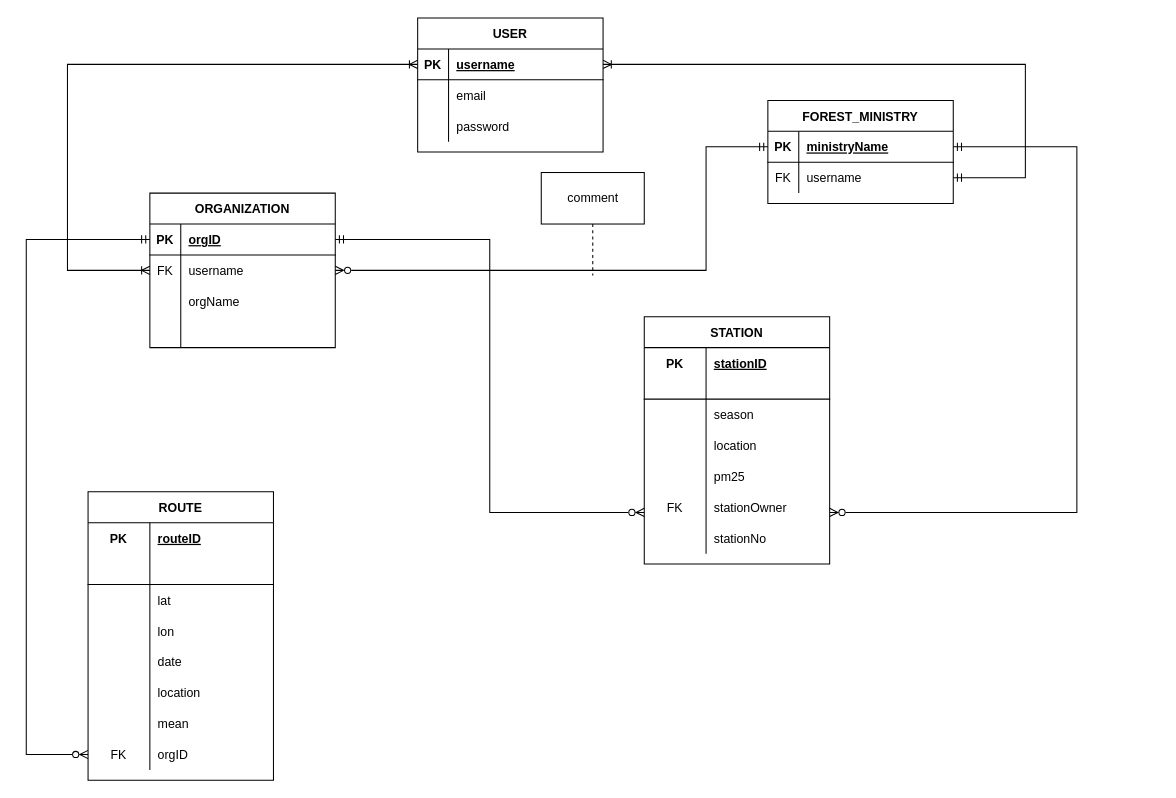
Above: z-design/EERD.drawio in zorojuro75/CSE303-sec-03-Group-03 (draw.io), before the change. Source tidied: cells renumbered, new cells numbered last; positions are measured from the earlier drawing's top-left corner, leaving out a move shared by most shapes. Both pictures are drawn from the tidied source at 103%, with x=0, y=0 at pixel (26, 18).
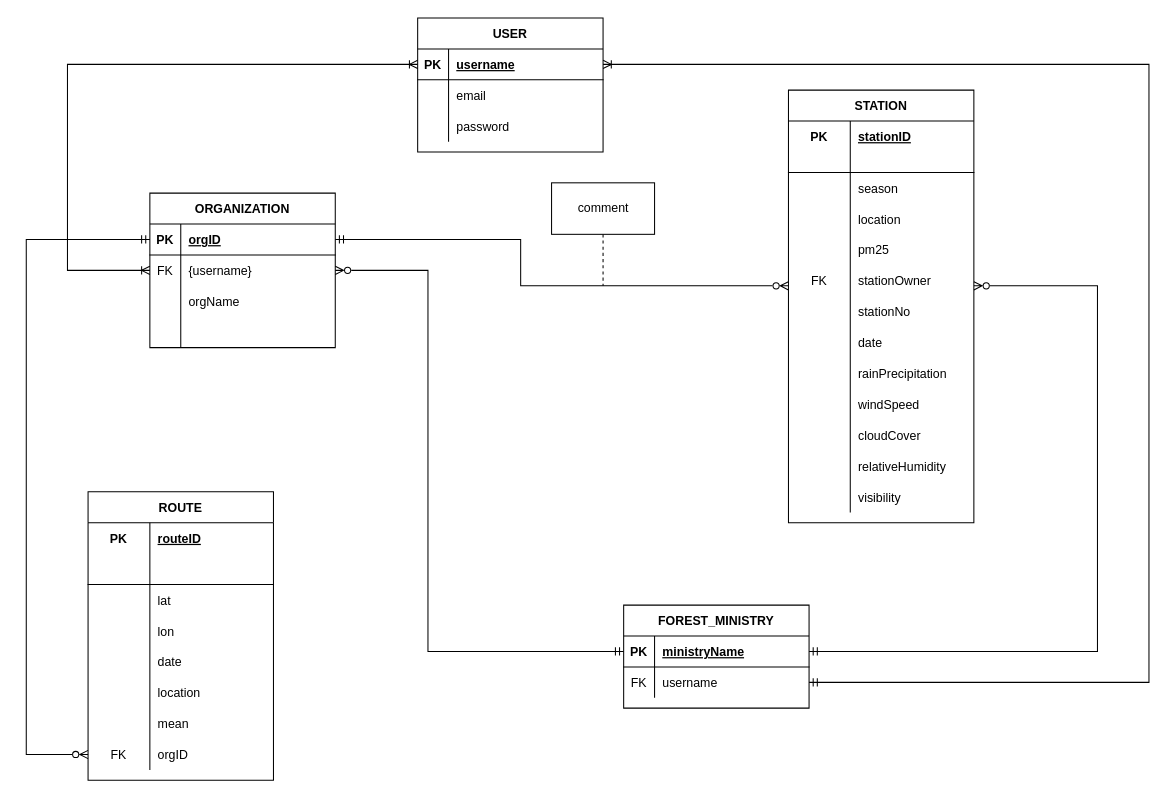
After the change.

Unchanged cells that the change refers to:
```xml
<mxCell id="3" style="shape=tableRow;horizontal=0;startSize=0;swimlaneHead=0;swimlaneBody=0;fillColor=none;points=[[0,0.5],[1,0.5]];portConstraint=eastwest;top=0;left=0;right=0;bottom=1;" parent="2" vertex="1">
  <mxGeometry y="30" width="180" height="30" as="geometry" />
</mxCell>
<mxCell id="13" style="shape=tableRow;horizontal=0;startSize=0;swimlaneHead=0;swimlaneBody=0;fillColor=none;points=[[0,0.5],[1,0.5]];portConstraint=eastwest;top=0;left=0;right=0;bottom=1;" parent="12" vertex="1">
  <mxGeometry y="30" width="180" height="30" as="geometry" />
</mxCell>
<mxCell id="16" style="shape=tableRow;horizontal=0;startSize=0;swimlaneHead=0;swimlaneBody=0;fillColor=none;points=[[0,0.5],[1,0.5]];portConstraint=eastwest;top=0;left=0;right=0;bottom=0;" parent="12" vertex="1">
  <mxGeometry y="60" width="180" height="30" as="geometry" />
</mxCell>
<mxCell id="28" style="shape=tableRow;horizontal=0;startSize=0;swimlaneHead=0;swimlaneBody=0;fillColor=none;points=[[0,0.5],[1,0.5]];portConstraint=eastwest;top=0;left=0;right=0;bottom=1;" parent="27" vertex="1">
  <mxGeometry y="30" width="180" height="30" as="geometry" />
</mxCell>
<mxCell id="31" style="shape=tableRow;horizontal=0;startSize=0;swimlaneHead=0;swimlaneBody=0;fillColor=none;points=[[0,0.5],[1,0.5]];portConstraint=eastwest;top=0;left=0;right=0;bottom=0;" parent="27" vertex="1">
  <mxGeometry y="60" width="180" height="30" as="geometry" />
</mxCell>
<mxCell id="77" style="shape=tableRow;horizontal=0;startSize=0;swimlaneHead=0;swimlaneBody=0;fillColor=none;points=[[0,0.5],[1,0.5]];portConstraint=eastwest;top=0;left=0;right=0;bottom=0;" parent="61" vertex="1">
  <mxGeometry y="170" width="180" height="30" as="geometry" />
</mxCell>
```

What changed in the source:
```diff
@@
-    <mxCell id="18" value="username" style="shape=partialRectangle;fillColor=none;top=0;left=0;bottom=0;right=0;align=left;spacingLeft=6;overflow=hidden;" parent="16" vertex="1">
+    <mxCell id="18" value="{username}" style="shape=partialRectangle;fillColor=none;top=0;left=0;bottom=0;right=0;align=left;spacingLeft=6;overflow=hidden;" parent="16" vertex="1">
       <mxGeometry x="30" width="150" height="30" as="geometry" />
     </mxCell>
@@
     <mxCell id="26" style="edgeStyle=orthogonalEdgeStyle;rounded=0;jettySize=auto;html=1;startArrow=ERmandOne;startFill=0;endArrow=ERzeroToMany;endFill=0;exitX=0;exitY=0.5;exitDx=0;exitDy=0;entryX=1;entryY=0.5;entryDx=0;entryDy=0;" parent="1" edge="1" source="28" target="16">
       <mxGeometry relative="1" as="geometry">
         <Array as="points">
-          <mxPoint x="660" y="125" />
-          <mxPoint x="660" y="245" />
+          <mxPoint x="390" y="615" />
+          <mxPoint x="390" y="245" />
         </Array>
       </mxGeometry>
     </mxCell>
     <mxCell id="27" value="FOREST_MINISTRY" style="shape=table;startSize=30;childLayout=tableLayout;rowLines=0;fontStyle=1;align=center;" parent="1" vertex="1">
-      <mxGeometry x="720" y="80" width="180" height="100" as="geometry" />
+      <mxGeometry x="580" y="570" width="180" height="100" as="geometry" />
     </mxCell>
@@
     <mxCell id="34" style="rounded=0;jettySize=auto;html=1;endArrow=ERmandOne;endFill=0;startArrow=ERoneToMany;startFill=0;edgeStyle=orthogonalEdgeStyle;entryX=1;entryY=0.5;entryDx=0;entryDy=0;exitX=1;exitY=0.5;exitDx=0;exitDy=0;" parent="1" edge="1" source="3" target="31">
       <mxGeometry relative="1" as="geometry">
         <Array as="points">
-          <mxPoint x="970" y="45" />
-          <mxPoint x="970" y="155" />
+          <mxPoint x="1090" y="45" />
+          <mxPoint x="1090" y="645" />
         </Array>
       </mxGeometry>
     </mxCell>
@@
     <mxCell id="61" value="STATION" style="shape=table;startSize=30;childLayout=tableLayout;rowLines=0;fontStyle=1;align=center;" parent="1" vertex="1">
-      <mxGeometry x="600" y="290" width="180" height="240" as="geometry" />
+      <mxGeometry x="740" y="70" width="180" height="420" as="geometry" />
     </mxCell>
@@
+    <mxCell id="87" style="shape=tableRow;horizontal=0;startSize=0;swimlaneHead=0;swimlaneBody=0;fillColor=none;top=0;left=0;right=0;bottom=0;" parent="61" vertex="1">
+      <mxGeometry y="230" width="180" height="30" as="geometry" />
+    </mxCell>
+    <mxCell id="88" style="shape=partialRectangle;fillColor=none;top=0;left=0;bottom=0;right=0;overflow=hidden;" parent="87" vertex="1">
+      <mxGeometry width="60" height="30" as="geometry" />
+    </mxCell>
+    <mxCell id="89" value="date" style="shape=partialRectangle;fillColor=none;top=0;left=0;bottom=0;right=0;align=left;spacingLeft=6;overflow=hidden;" parent="87" vertex="1">
+      <mxGeometry x="60" width="120" height="30" as="geometry" />
+    </mxCell>
+    <mxCell id="90" style="shape=tableRow;horizontal=0;startSize=0;swimlaneHead=0;swimlaneBody=0;fillColor=none;top=0;left=0;right=0;bottom=0;" parent="61" vertex="1">
+      <mxGeometry y="260" width="180" height="30" as="geometry" />
+    </mxCell>
+    <mxCell id="91" style="shape=partialRectangle;fillColor=none;top=0;left=0;bottom=0;right=0;overflow=hidden;" parent="90" vertex="1">
+      <mxGeometry width="60" height="30" as="geometry" />
+    </mxCell>
+    <mxCell id="92" value="rainPrecipitation" style="shape=partialRectangle;fillColor=none;top=0;left=0;bottom=0;right=0;align=left;spacingLeft=6;overflow=hidden;" parent="90" vertex="1">
+      <mxGeometry x="60" width="120" height="30" as="geometry" />
+    </mxCell>
+    <mxCell id="93" style="shape=tableRow;horizontal=0;startSize=0;swimlaneHead=0;swimlaneBody=0;fillColor=none;top=0;left=0;right=0;bottom=0;" parent="61" vertex="1">
+      <mxGeometry y="290" width="180" height="30" as="geometry" />
+    </mxCell>
+    <mxCell id="94" style="shape=partialRectangle;fillColor=none;top=0;left=0;bottom=0;right=0;overflow=hidden;" parent="93" vertex="1">
+      <mxGeometry width="60" height="30" as="geometry" />
+    </mxCell>
+    <mxCell id="95" value="windSpeed" style="shape=partialRectangle;fillColor=none;top=0;left=0;bottom=0;right=0;align=left;spacingLeft=6;overflow=hidden;" parent="93" vertex="1">
+      <mxGeometry x="60" width="120" height="30" as="geometry" />
+    </mxCell>
+    <mxCell id="96" style="shape=tableRow;horizontal=0;startSize=0;swimlaneHead=0;swimlaneBody=0;fillColor=none;top=0;left=0;right=0;bottom=0;" parent="61" vertex="1">
+      <mxGeometry y="320" width="180" height="30" as="geometry" />
+    </mxCell>
+    <mxCell id="97" style="shape=partialRectangle;fillColor=none;top=0;left=0;bottom=0;right=0;overflow=hidden;" parent="96" vertex="1">
+      <mxGeometry width="60" height="30" as="geometry" />
+    </mxCell>
+    <mxCell id="98" value="cloudCover" style="shape=partialRectangle;fillColor=none;top=0;left=0;bottom=0;right=0;align=left;spacingLeft=6;overflow=hidden;" parent="96" vertex="1">
+      <mxGeometry x="60" width="120" height="30" as="geometry" />
+    </mxCell>
+    <mxCell id="99" style="shape=tableRow;horizontal=0;startSize=0;swimlaneHead=0;swimlaneBody=0;fillColor=none;top=0;left=0;right=0;bottom=0;" parent="61" vertex="1">
+      <mxGeometry y="350" width="180" height="30" as="geometry" />
+    </mxCell>
+    <mxCell id="100" style="shape=partialRectangle;fillColor=none;top=0;left=0;bottom=0;right=0;overflow=hidden;" parent="99" vertex="1">
+      <mxGeometry width="60" height="30" as="geometry" />
+    </mxCell>
+    <mxCell id="101" value="relativeHumidity" style="shape=partialRectangle;fillColor=none;top=0;left=0;bottom=0;right=0;align=left;spacingLeft=6;overflow=hidden;" parent="99" vertex="1">
+      <mxGeometry x="60" width="120" height="30" as="geometry" />
+    </mxCell>
+    <mxCell id="102" style="shape=tableRow;horizontal=0;startSize=0;swimlaneHead=0;swimlaneBody=0;fillColor=none;top=0;left=0;right=0;bottom=0;" parent="61" vertex="1">
+      <mxGeometry y="380" width="180" height="30" as="geometry" />
+    </mxCell>
+    <mxCell id="103" style="shape=partialRectangle;fillColor=none;top=0;left=0;bottom=0;right=0;overflow=hidden;" parent="102" vertex="1">
+      <mxGeometry width="60" height="30" as="geometry" />
+    </mxCell>
+    <mxCell id="104" value="visibility" style="shape=partialRectangle;fillColor=none;top=0;left=0;bottom=0;right=0;align=left;spacingLeft=6;overflow=hidden;" parent="102" vertex="1">
+      <mxGeometry x="60" width="120" height="30" as="geometry" />
+    </mxCell>
     <mxCell id="83" style="edgeStyle=orthogonalEdgeStyle;rounded=0;jettySize=auto;html=1;startArrow=ERmandOne;startFill=0;endArrow=ERzeroToMany;endFill=0;exitX=1;exitY=0.5;exitDx=0;exitDy=0;entryX=0;entryY=0.667;entryDx=0;entryDy=0;entryPerimeter=0;" parent="1" edge="1" source="13" target="77">
-      <mxGeometry relative="1" as="geometry" />
+      <mxGeometry relative="1" as="geometry">
+        <Array as="points">
+          <mxPoint x="480" y="215" />
+          <mxPoint x="480" y="260" />
+        </Array>
+      </mxGeometry>
     </mxCell>
     <mxCell id="84" style="edgeStyle=orthogonalEdgeStyle;rounded=0;jettySize=auto;html=1;startArrow=ERmandOne;startFill=0;endArrow=ERzeroToMany;endFill=0;entryX=1;entryY=0.667;entryDx=0;entryDy=0;exitX=1;exitY=0.5;exitDx=0;exitDy=0;entryPerimeter=0;" parent="1" edge="1" source="28" target="77">
       <mxGeometry relative="1" as="geometry">
         <Array as="points">
-          <mxPoint x="1020" y="125" />
-          <mxPoint x="1020" y="480" />
+          <mxPoint x="1040" y="615" />
+          <mxPoint x="1040" y="260" />
         </Array>
       </mxGeometry>
     </mxCell>
     <mxCell id="85" style="edgeStyle=orthogonalEdgeStyle;rounded=0;jettySize=auto;html=1;startArrow=none;startFill=0;endArrow=none;endFill=0;dashed=1;" parent="1" edge="1" source="86">
       <mxGeometry relative="1" as="geometry">
-        <mxPoint x="550" y="250" as="targetPoint" />
+        <mxPoint x="560" y="260" as="targetPoint" />
       </mxGeometry>
     </mxCell>
     <mxCell id="86" value="comment" style="html=1;dashed=0;whitespace=wrap;" parent="1" vertex="1">
-      <mxGeometry x="500" y="150" width="100" height="50" as="geometry" />
+      <mxGeometry x="510" y="160" width="100" height="50" as="geometry" />
     </mxCell>
```
